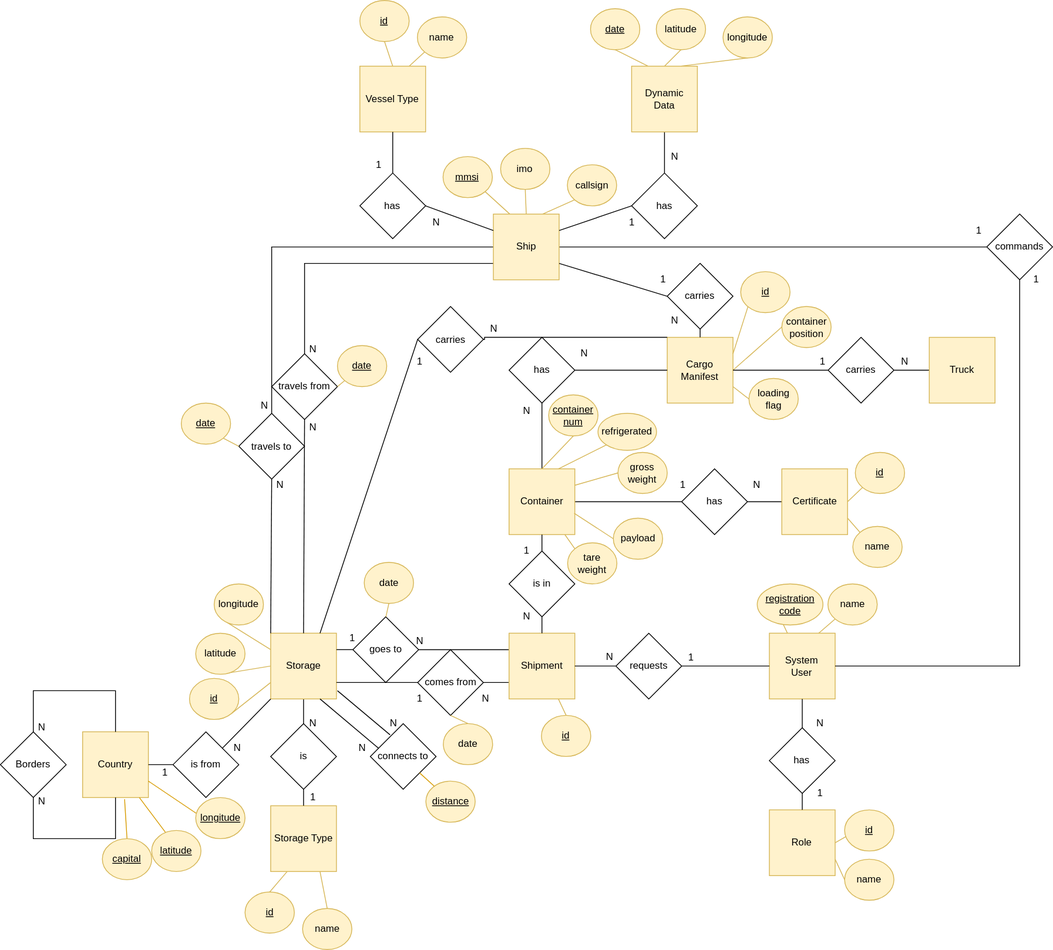
This is BDDAD/ConceptualDataModel.svg from MadDinosaur/ISEP-LAPR3, a draw.io export, as it was before one commit. Source tidied: cells renumbered, new cells last; positions are measured from the earlier drawing's top-left corner, leaving out a move shared by most shapes.
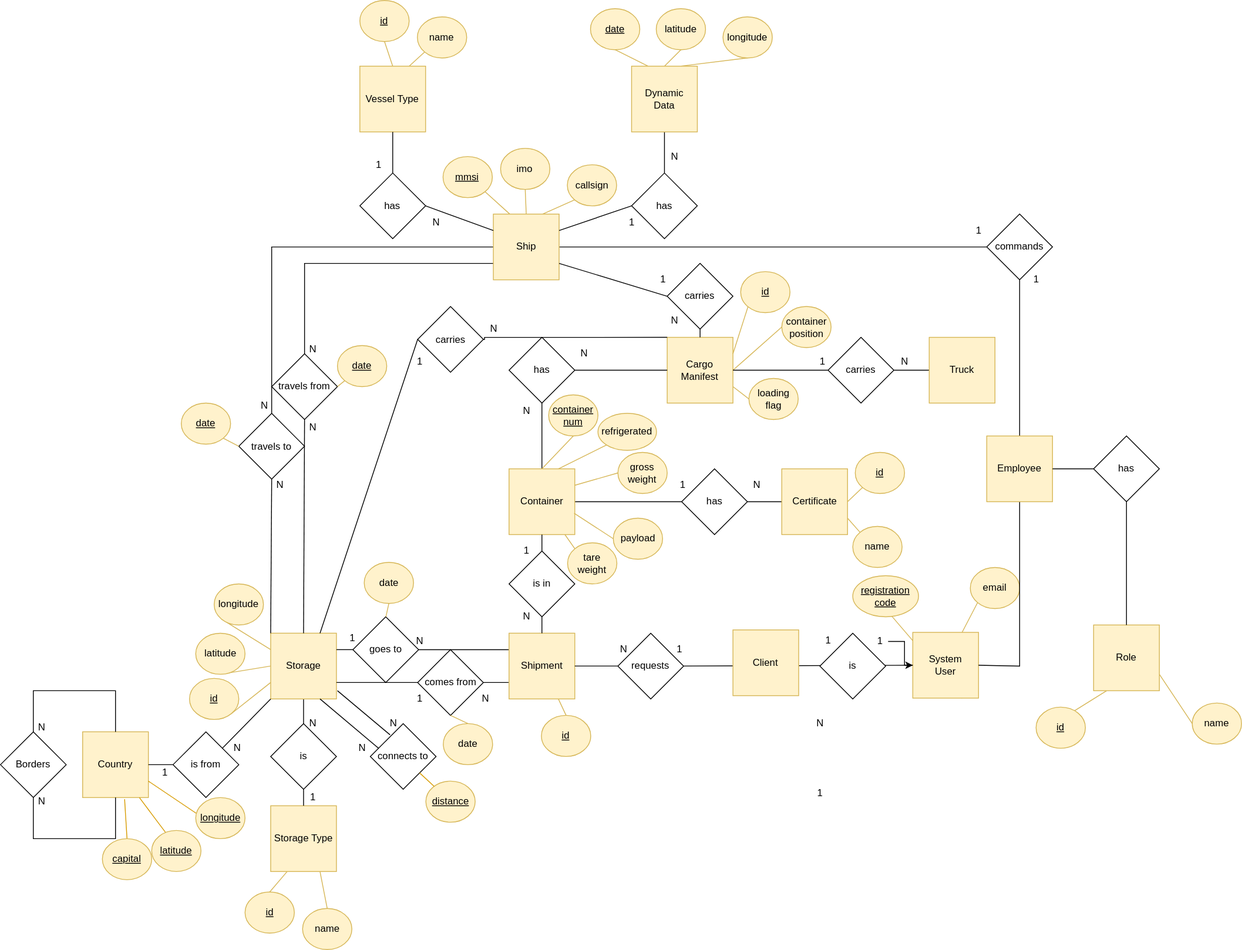
After the change.

Commit message:
LAP22G21-239 #time 20m #comment updated database diagrams

Diff of the diagram source:
```diff
@@ -506,28 +506,28 @@
       <mxGeometry relative="1" as="geometry" />
     </mxCell>
     <mxCell id="160" value="System&lt;br&gt;User" style="whiteSpace=wrap;html=1;fillColor=#fff2cc;strokeColor=#d6b656;" parent="1" vertex="1">
-      <mxGeometry x="935.5" y="770" width="80" height="80" as="geometry" />
+      <mxGeometry x="1110" y="769" width="80" height="80" as="geometry" />
     </mxCell>
     <mxCell id="161" value="&lt;u&gt;registration code&lt;/u&gt;" style="ellipse;whiteSpace=wrap;html=1;fillColor=#fff2cc;strokeColor=#d6b656;" parent="1" vertex="1">
-      <mxGeometry x="920.7" y="710" width="80" height="50" as="geometry" />
+      <mxGeometry x="1037" y="700" width="80" height="50" as="geometry" />
     </mxCell>
-    <mxCell id="162" value="name" style="ellipse;whiteSpace=wrap;html=1;fillColor=#fff2cc;strokeColor=#d6b656;" parent="1" vertex="1">
-      <mxGeometry x="1006.7" y="710" width="60" height="50" as="geometry" />
+    <mxCell id="162" value="email" style="ellipse;whiteSpace=wrap;html=1;fillColor=#fff2cc;strokeColor=#d6b656;" parent="1" vertex="1">
+      <mxGeometry x="1180" y="690" width="60" height="50" as="geometry" />
     </mxCell>
     <mxCell id="163" style="endArrow=none;html=1;rounded=0;exitX=1;exitY=0.5;exitDx=0;exitDy=0;entryX=0;entryY=0.5;entryDx=0;entryDy=0;startArrow=none;" parent="1" edge="1" source="164" target="160">
       <mxGeometry relative="1" as="geometry" />
     </mxCell>
     <mxCell id="164" value="requests" style="rhombus;whiteSpace=wrap;html=1;" parent="1" vertex="1">
-      <mxGeometry x="748.8" y="770" width="80" height="80" as="geometry" />
+      <mxGeometry x="751.2" y="770" width="80" height="80" as="geometry" />
     </mxCell>
     <mxCell id="165" style="endArrow=none;html=1;rounded=0;exitX=1;exitY=0.5;exitDx=0;exitDy=0;entryX=0;entryY=0.5;entryDx=0;entryDy=0;" parent="1" edge="1" source="38" target="164">
       <mxGeometry relative="1" as="geometry" />
     </mxCell>
     <mxCell id="166" value="1" style="text;html=1;align=center;verticalAlign=middle;strokeColor=none;fillColor=none;" parent="1" vertex="1">
-      <mxGeometry x="830" y="790" width="20" height="20" as="geometry" />
+      <mxGeometry x="815.7" y="780" width="20" height="20" as="geometry" />
     </mxCell>
     <mxCell id="167" value="N" style="text;html=1;align=center;verticalAlign=middle;strokeColor=none;fillColor=none;" parent="1" vertex="1">
-      <mxGeometry x="731.2" y="789" width="20" height="20" as="geometry" />
+      <mxGeometry x="747.9" y="780" width="20" height="20" as="geometry" />
     </mxCell>
     <mxCell id="168" style="edgeStyle=none;rounded=0;jettySize=auto;html=1;exitX=1;exitY=0.5;exitDx=0;exitDy=0;entryX=0.042;entryY=0.64;entryDx=0;entryDy=0;entryPerimeter=0;endArrow=none;endFill=0;fillColor=#fff2cc;strokeColor=#d6b656;" parent="1" edge="1" source="170" target="173">
       <mxGeometry relative="1" as="geometry" />
@@ -536,23 +536,24 @@
       <mxGeometry relative="1" as="geometry" />
     </mxCell>
     <mxCell id="170" value="Role" style="whiteSpace=wrap;html=1;fillColor=#fff2cc;strokeColor=#d6b656;" parent="1" vertex="1">
-      <mxGeometry x="935.5" y="985" width="80" height="80" as="geometry" />
+      <mxGeometry x="1330" y="760" width="80" height="80" as="geometry" />
     </mxCell>
     <mxCell id="171" style="endArrow=none;html=1;rounded=0;exitX=0.5;exitY=1;exitDx=0;exitDy=0;entryX=0.5;entryY=0;entryDx=0;entryDy=0;startArrow=none;" parent="1" edge="1" source="174" target="170">
-      <mxGeometry relative="1" as="geometry" />
+      <mxGeometry relative="1" as="geometry">
+        <Array as="points">
+          <mxPoint x="1370" y="760" />
+        </Array>
+      </mxGeometry>
     </mxCell>
     <mxCell id="172" value="name" style="ellipse;whiteSpace=wrap;html=1;fillColor=#fff2cc;strokeColor=#d6b656;" parent="1" vertex="1">
-      <mxGeometry x="1027" y="1045" width="60" height="50" as="geometry" />
+      <mxGeometry x="1450" y="855" width="60" height="50" as="geometry" />
     </mxCell>
     <mxCell id="173" value="&lt;u&gt;id&lt;/u&gt;" style="ellipse;whiteSpace=wrap;html=1;fillColor=#fff2cc;strokeColor=#d6b656;" parent="1" vertex="1">
-      <mxGeometry x="1027" y="985" width="60" height="50" as="geometry" />
+      <mxGeometry x="1260" y="860" width="60" height="50" as="geometry" />
     </mxCell>
     <mxCell id="174" value="has" style="rhombus;whiteSpace=wrap;html=1;" parent="1" vertex="1">
-      <mxGeometry x="935.5" y="885" width="80" height="80" as="geometry" />
+      <mxGeometry x="1330" y="530" width="80" height="80" as="geometry" />
     </mxCell>
-    <mxCell id="175" style="endArrow=none;html=1;rounded=0;exitX=0.5;exitY=1;exitDx=0;exitDy=0;entryX=0.5;entryY=0;entryDx=0;entryDy=0;" parent="1" edge="1" source="160" target="174">
-      <mxGeometry relative="1" as="geometry" />
-    </mxCell>
     <mxCell id="176" value="1" style="text;html=1;align=center;verticalAlign=middle;strokeColor=none;fillColor=none;" parent="1" vertex="1">
       <mxGeometry x="987" y="955" width="20" height="20" as="geometry" />
     </mxCell>
@@ -576,5 +577,26 @@
     <mxCell id="181" value="1" style="text;html=1;align=center;verticalAlign=middle;strokeColor=none;fillColor=none;" parent="1" vertex="1">
       <mxGeometry x="1250" y="330" width="20" height="20" as="geometry" />
     </mxCell>
+    <mxCell id="182" value="Client" style="whiteSpace=wrap;html=1;fillColor=#fff2cc;strokeColor=#d6b656;" parent="1" vertex="1">
+      <mxGeometry x="891.2" y="766" width="80" height="80" as="geometry" />
+    </mxCell>
+    <mxCell id="183" value="Employee" style="whiteSpace=wrap;html=1;fillColor=#fff2cc;strokeColor=#d6b656;" parent="1" vertex="1">
+      <mxGeometry x="1200" y="530" width="80" height="80" as="geometry" />
+    </mxCell>
+    <mxCell id="184" value="is" style="rhombus;whiteSpace=wrap;html=1;" parent="1" vertex="1">
+      <mxGeometry x="997" y="770" width="80" height="80" as="geometry" />
+    </mxCell>
+    <mxCell id="185" value="1" style="text;html=1;align=center;verticalAlign=middle;strokeColor=none;fillColor=none;" parent="1" vertex="1">
+      <mxGeometry x="997" y="769" width="20" height="20" as="geometry" />
+    </mxCell>
+    <mxCell id="186" style="edgeStyle=orthogonalEdgeStyle;rounded=0;jettySize=auto;html=1;" parent="1" edge="1" source="187" target="160">
+      <mxGeometry relative="1" as="geometry" />
+    </mxCell>
+    <mxCell id="187" value="1" style="text;html=1;align=center;verticalAlign=middle;points=[];strokeColor=none;fillColor=none;" parent="1" vertex="1">
+      <mxGeometry x="1060" y="770" width="20" height="20" as="geometry" />
+    </mxCell>
+    <mxCell id="188" style="endArrow=none;html=1;rounded=0;exitX=0;exitY=0.5;exitDx=0;exitDy=0;entryX=1;entryY=0.5;entryDx=0;entryDy=0;startArrow=none;" parent="1" edge="1" source="174" target="183">
+      <mxGeometry relative="1" as="geometry" />
+    </mxCell>
   </root>
 </mxGraphModel>
```
